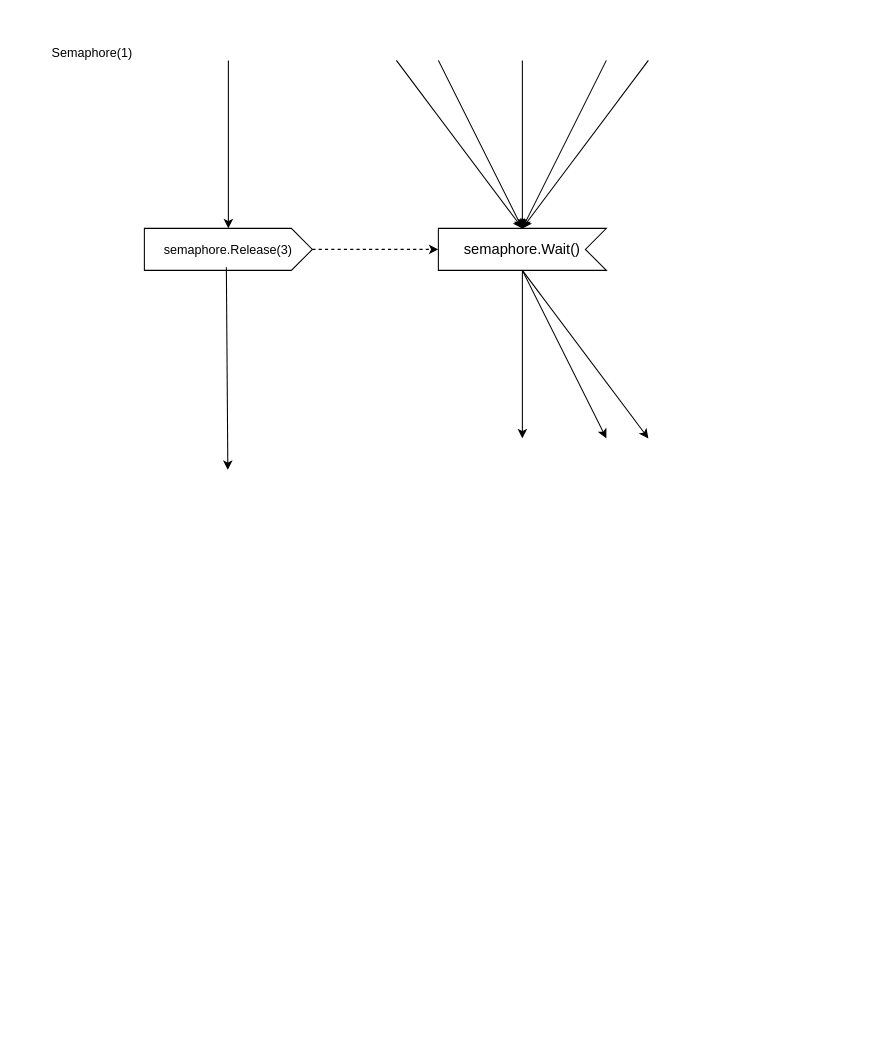
Before: SemaphoreSlim.drawio in hikkosi/drawio, a draw.io diagram. Source tidied: cells renumbered, new cells numbered last; positions are measured from the earlier drawing's top-left corner, leaving out a move shared by most shapes. Both pictures are drawn from the tidied source at 105%, with x=0, y=0 at pixel (39, 37).
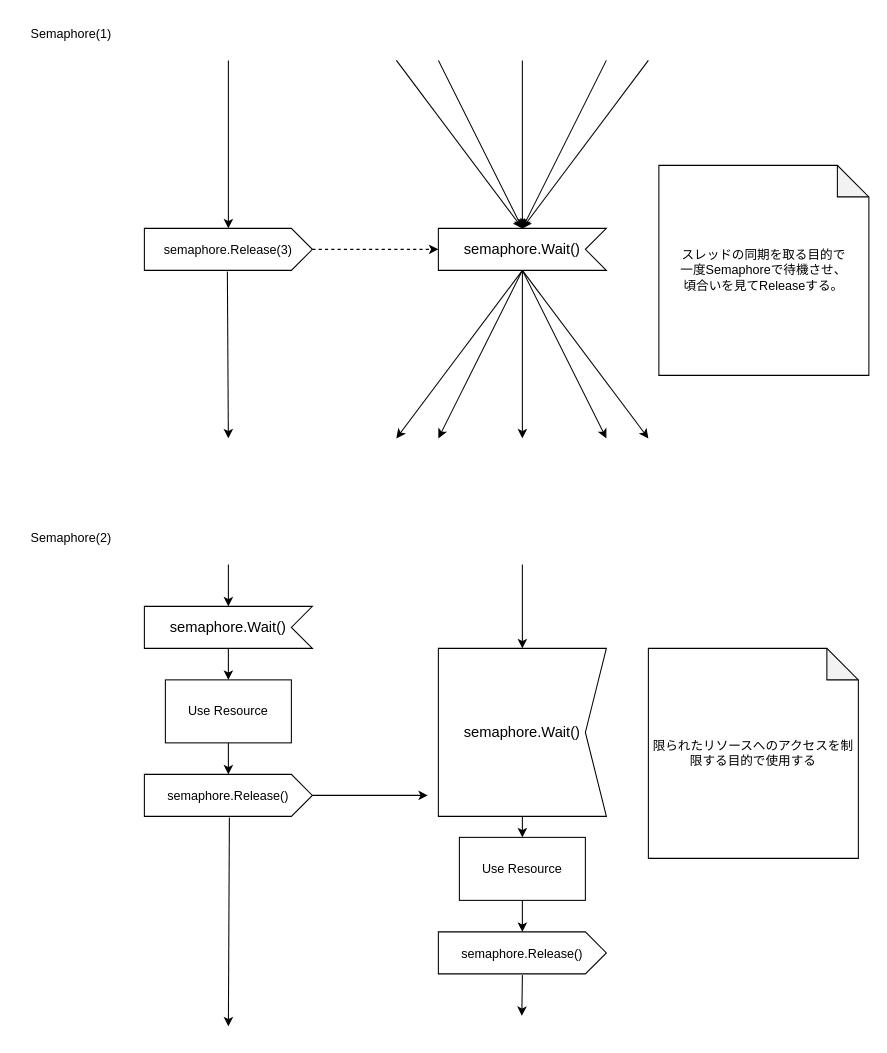
The same page after the edit.

Unchanged cells that the change refers to:
```xml
<mxCell id="3" value="semaphore.Wait()" style="html=1;shape=mxgraph.infographic.ribbonSimple;notch1=20;notch2=0;align=center;verticalAlign=middle;fontSize=14;fontStyle=0;flipH=1;fillColor=#FFFFFF;whiteSpace=wrap;" parent="1" vertex="1">
  <mxGeometry x="380" y="182" width="160" height="40" as="geometry" />
</mxCell>
<mxCell id="10" value="&lt;span style=&quot;font-size: 12px; text-wrap-mode: nowrap;&quot;&gt;semaphore.Release(3)&lt;/span&gt;" style="html=1;shape=mxgraph.infographic.ribbonSimple;notch1=0;notch2=20;align=center;verticalAlign=middle;fontSize=14;fontStyle=0;fillColor=#FFFFFF;whiteSpace=wrap;" parent="1" vertex="1">
  <mxGeometry x="100" y="182" width="160" height="40" as="geometry" />
</mxCell>
```

What changed in the source:
```diff
@@
-    <mxCell id="12" style="endArrow=classic;html=1;rounded=0;exitX=0.488;exitY=0.925;exitDx=0;exitDy=0;exitPerimeter=0;" parent="1" edge="1" source="10">
+    <mxCell id="12" style="endArrow=classic;html=1;rounded=0;exitX=0.494;exitY=1.025;exitDx=0;exitDy=0;exitPerimeter=0;" parent="1" edge="1" source="10">
       <mxGeometry relative="1" as="geometry">
-        <mxPoint x="179.5" y="412" as="targetPoint" />
+        <mxPoint x="180" y="382" as="targetPoint" />
       </mxGeometry>
     </mxCell>
@@
     <mxCell id="15" value="Semaphore(1)" style="text;html=1;align=center;verticalAlign=middle;strokeColor=none;fillColor=none;" parent="1" vertex="1">
-      <mxGeometry width="100" height="30" as="geometry" />
+      <mxGeometry x="-20" y="-18" width="100" height="30" as="geometry" />
     </mxCell>
+    <mxCell id="16" style="endArrow=classic;html=1;rounded=0;exitX=0;exitY=0;exitDx=80;exitDy=40;exitPerimeter=0;" parent="1" edge="1" source="3">
+      <mxGeometry relative="1" as="geometry">
+        <mxPoint x="380" y="382" as="targetPoint" />
+      </mxGeometry>
+    </mxCell>
+    <mxCell id="17" style="endArrow=classic;html=1;rounded=0;exitX=0;exitY=0;exitDx=80;exitDy=40;exitPerimeter=0;" parent="1" edge="1" source="3">
+      <mxGeometry relative="1" as="geometry">
+        <mxPoint x="340" y="382" as="targetPoint" />
+      </mxGeometry>
+    </mxCell>
+    <mxCell id="18" value="スレッドの同期を取る目的で&lt;div&gt;一度Semaphoreで待機させ、&lt;/div&gt;&lt;div&gt;頃合いを見てReleaseする。&lt;/div&gt;" style="shape=note;whiteSpace=wrap;html=1;backgroundOutline=1;darkOpacity=0.05;" parent="1" vertex="1">
+      <mxGeometry x="590" y="122" width="200" height="200" as="geometry" />
+    </mxCell>
+    <mxCell id="19" value="Semaphore(2)" style="text;html=1;align=center;verticalAlign=middle;strokeColor=none;fillColor=none;" parent="1" vertex="1">
+      <mxGeometry x="-20" y="462" width="100" height="30" as="geometry" />
+    </mxCell>
+    <mxCell id="20" style="edgeStyle=orthogonalEdgeStyle;rounded=0;jettySize=auto;html=1;exitX=0;exitY=0;exitDx=80;exitDy=40;exitPerimeter=0;" parent="1" edge="1" source="21" target="26">
+      <mxGeometry relative="1" as="geometry" />
+    </mxCell>
+    <mxCell id="21" value="semaphore.Wait()" style="html=1;shape=mxgraph.infographic.ribbonSimple;notch1=20;notch2=0;align=center;verticalAlign=middle;fontSize=14;fontStyle=0;flipH=1;fillColor=#FFFFFF;whiteSpace=wrap;" parent="1" vertex="1">
+      <mxGeometry x="100" y="542" width="160" height="40" as="geometry" />
+    </mxCell>
+    <mxCell id="22" style="edgeStyle=orthogonalEdgeStyle;rounded=0;jettySize=auto;html=1;exitX=1;exitY=0.5;exitDx=0;exitDy=0;exitPerimeter=0;" parent="1" edge="1" source="23">
+      <mxGeometry relative="1" as="geometry">
+        <mxPoint x="370" y="722" as="targetPoint" />
+      </mxGeometry>
+    </mxCell>
+    <mxCell id="23" value="&lt;span style=&quot;font-size: 12px; text-wrap-mode: nowrap;&quot;&gt;semaphore.Release()&lt;/span&gt;" style="html=1;shape=mxgraph.infographic.ribbonSimple;notch1=0;notch2=20;align=center;verticalAlign=middle;fontSize=14;fontStyle=0;fillColor=#FFFFFF;whiteSpace=wrap;" parent="1" vertex="1">
+      <mxGeometry x="100" y="702" width="160" height="40" as="geometry" />
+    </mxCell>
+    <mxCell id="24" style="endArrow=classic;html=1;rounded=0;" parent="1" edge="1" target="21">
+      <mxGeometry relative="1" as="geometry">
+        <mxPoint x="180" y="502" as="sourcePoint" />
+      </mxGeometry>
+    </mxCell>
+    <mxCell id="25" style="edgeStyle=orthogonalEdgeStyle;rounded=0;jettySize=auto;html=1;exitX=0.5;exitY=1;exitDx=0;exitDy=0;" parent="1" edge="1" source="26" target="23">
+      <mxGeometry relative="1" as="geometry" />
+    </mxCell>
+    <mxCell id="26" value="Use Resource" style="rounded=0;whiteSpace=wrap;html=1;" parent="1" vertex="1">
+      <mxGeometry x="120" y="612" width="120" height="60" as="geometry" />
+    </mxCell>
+    <mxCell id="27" style="endArrow=classic;html=1;rounded=0;exitX=0.506;exitY=1.025;exitDx=0;exitDy=0;exitPerimeter=0;" parent="1" edge="1" source="23">
+      <mxGeometry relative="1" as="geometry">
+        <mxPoint x="180" y="942" as="targetPoint" />
+      </mxGeometry>
+    </mxCell>
+    <mxCell id="28" style="edgeStyle=orthogonalEdgeStyle;rounded=0;jettySize=auto;html=1;exitX=0;exitY=0;exitDx=80;exitDy=160;exitPerimeter=0;entryX=0.5;entryY=0;entryDx=0;entryDy=0;" parent="1" edge="1" source="29" target="32">
+      <mxGeometry relative="1" as="geometry" />
+    </mxCell>
+    <mxCell id="29" value="semaphore.Wait()" style="html=1;shape=mxgraph.infographic.ribbonSimple;notch1=20;notch2=0;align=center;verticalAlign=middle;fontSize=14;fontStyle=0;flipH=1;fillColor=#FFFFFF;whiteSpace=wrap;" parent="1" vertex="1">
+      <mxGeometry x="380" y="582" width="160" height="160" as="geometry" />
+    </mxCell>
+    <mxCell id="30" value="&lt;span style=&quot;font-size: 12px; text-wrap-mode: nowrap;&quot;&gt;semaphore.Release()&lt;/span&gt;" style="html=1;shape=mxgraph.infographic.ribbonSimple;notch1=0;notch2=20;align=center;verticalAlign=middle;fontSize=14;fontStyle=0;fillColor=#FFFFFF;whiteSpace=wrap;" parent="1" vertex="1">
+      <mxGeometry x="380" y="852" width="160" height="40" as="geometry" />
+    </mxCell>
+    <mxCell id="31" style="edgeStyle=orthogonalEdgeStyle;rounded=0;jettySize=auto;html=1;exitX=0.5;exitY=1;exitDx=0;exitDy=0;" parent="1" edge="1" source="32" target="30">
+      <mxGeometry relative="1" as="geometry" />
+    </mxCell>
+    <mxCell id="32" value="Use Resource" style="rounded=0;whiteSpace=wrap;html=1;" parent="1" vertex="1">
+      <mxGeometry x="400" y="762" width="120" height="60" as="geometry" />
+    </mxCell>
+    <mxCell id="33" style="endArrow=classic;html=1;rounded=0;entryX=0;entryY=0;entryDx=80;entryDy=0;entryPerimeter=0;" parent="1" edge="1" target="29">
+      <mxGeometry relative="1" as="geometry">
+        <mxPoint x="460" y="502" as="sourcePoint" />
+      </mxGeometry>
+    </mxCell>
+    <mxCell id="34" style="edgeStyle=orthogonalEdgeStyle;rounded=0;jettySize=auto;html=1;exitX=0.5;exitY=1.025;exitDx=0;exitDy=0;exitPerimeter=0;" parent="1" edge="1" source="30">
+      <mxGeometry relative="1" as="geometry">
+        <mxPoint x="459.5" y="932" as="targetPoint" />
+      </mxGeometry>
+    </mxCell>
+    <mxCell id="35" value="限られたリソースへのアクセスを制限する目的で使用する" style="shape=note;whiteSpace=wrap;html=1;backgroundOutline=1;darkOpacity=0.05;" parent="1" vertex="1">
+      <mxGeometry x="580" y="582" width="200" height="200" as="geometry" />
+    </mxCell>
```
